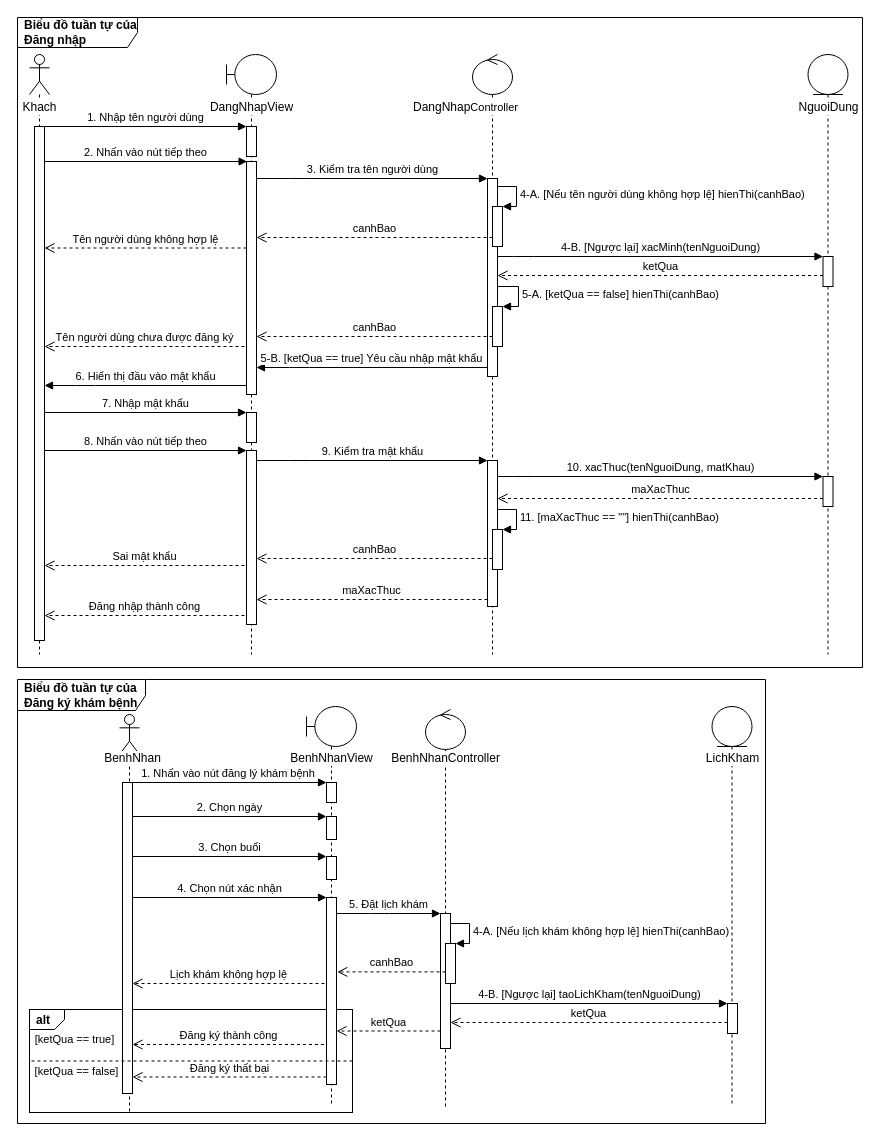
Before: page "Sequence" (1 of 4) of designs/luc.drawio in luclegen/medicine16, a draw.io diagram. Source tidied: cells renumbered, new cells numbered last; positions are measured from the earlier drawing's top-left corner, leaving out a move shared by most shapes. Both pictures are drawn from the tidied source at 100%, with x=0, y=0 at pixel (17, 17).
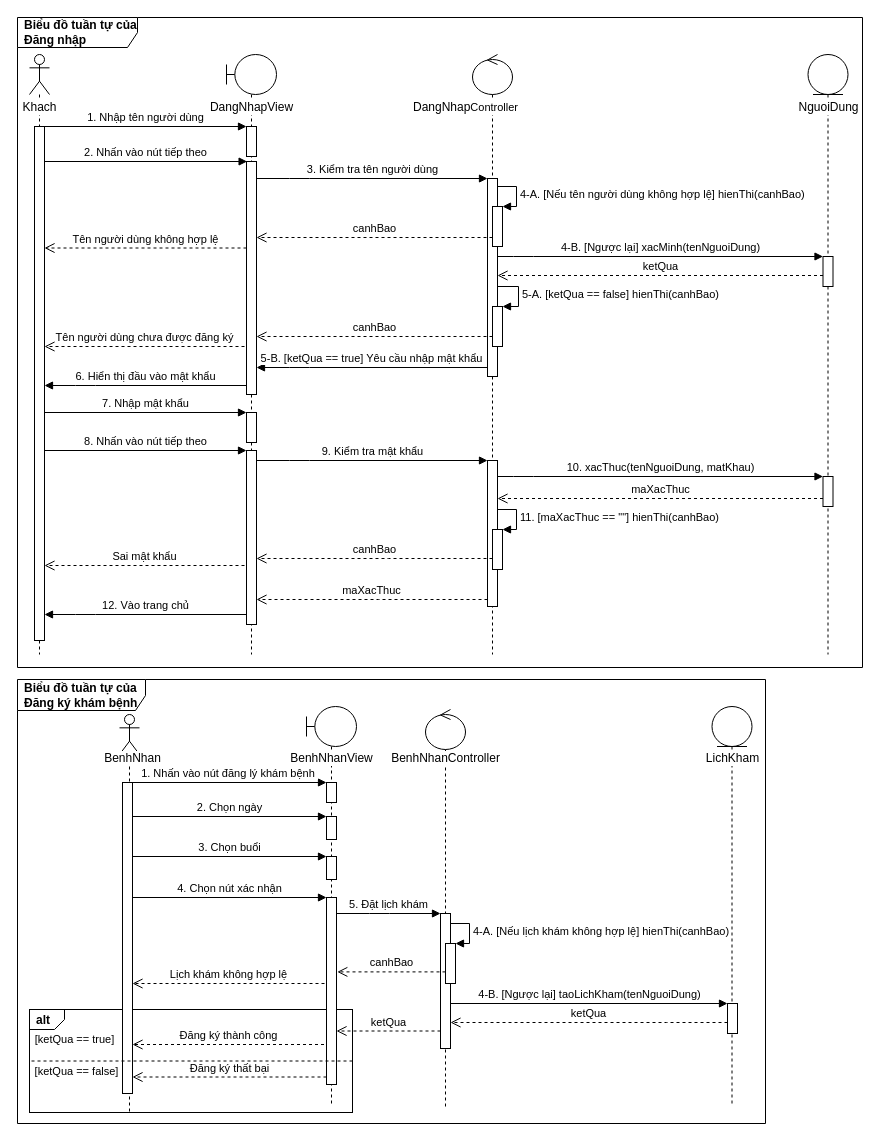
After the change.

Commit message:
Modify Biểu đồ tuần tự của Đăng nhập

Unchanged cells that the change refers to:
```xml
<mxCell id="11" style="html=1;points=[];perimeter=orthogonalPerimeter;" parent="9" vertex="1">
  <mxGeometry x="20" y="396" width="10" height="174" as="geometry" />
</mxCell>
<mxCell id="23" style="html=1;points=[];perimeter=orthogonalPerimeter;" parent="1" vertex="1">
  <mxGeometry x="17" y="109" width="10" height="514" as="geometry" />
</mxCell>
```

Diff of the diagram source:
```diff
@@
-    <mxCell id="47" value="&lt;div style=&quot;text-align: left&quot;&gt;Đăng nhập thành công&lt;/div&gt;" style="html=1;verticalAlign=bottom;endArrow=open;dashed=1;endSize=8;" parent="1" edge="1">
-      <mxGeometry relative="1" as="geometry">
-        <mxPoint x="227" y="598" as="sourcePoint" />
-        <mxPoint x="27" y="598" as="targetPoint" />
-      </mxGeometry>
-    </mxCell>
@@
+    <mxCell id="80" value="12.&amp;nbsp;&lt;span style=&quot;text-align: left&quot;&gt;Vào trang chủ&lt;/span&gt;" style="html=1;verticalAlign=bottom;endArrow=block;" parent="1" edge="1" source="11" target="23">
+      <mxGeometry relative="1" as="geometry">
+        <Array as="points">
+          <mxPoint x="68" y="597" />
+        </Array>
+      </mxGeometry>
+    </mxCell>
```
